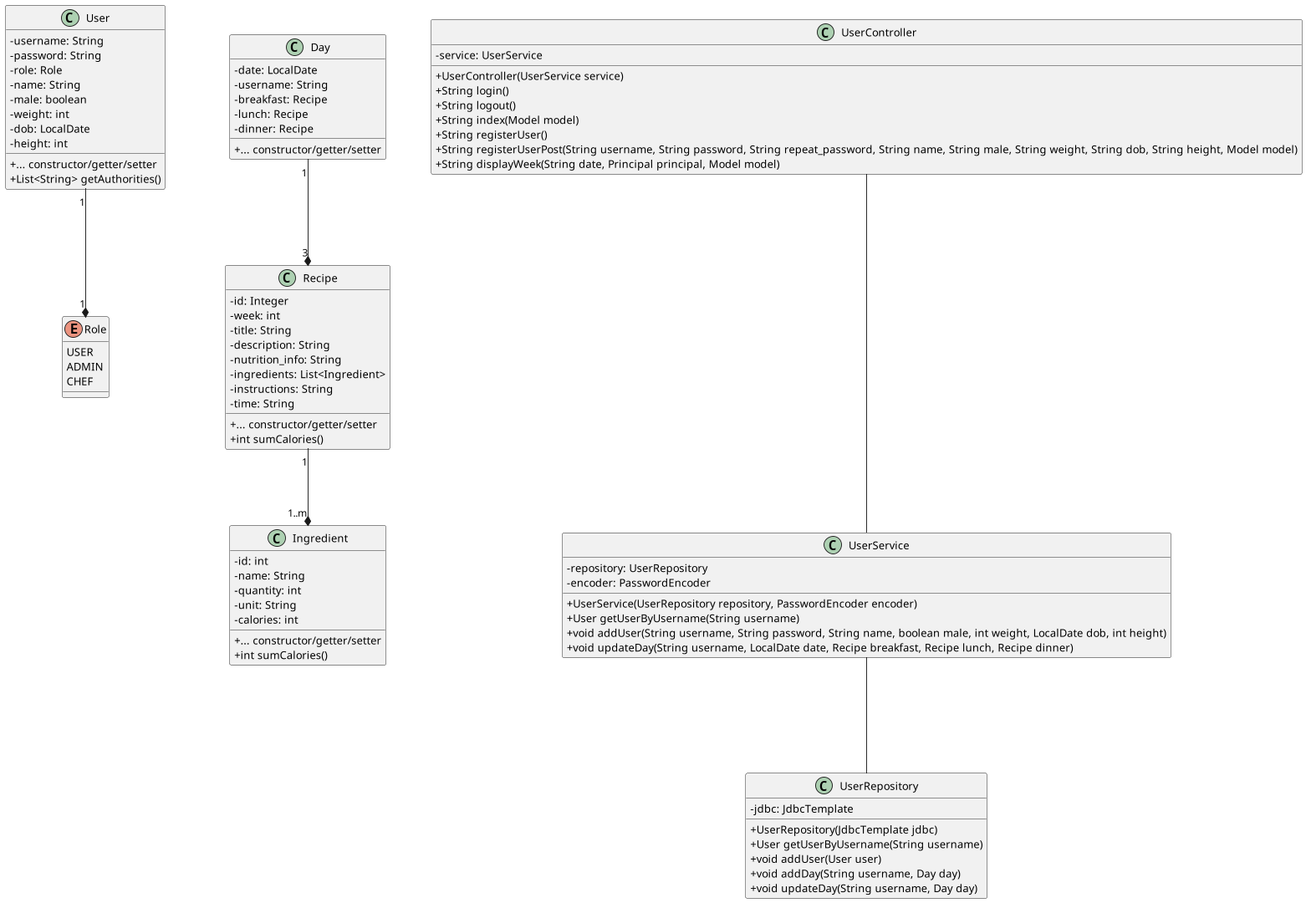
Before: diagram/class-diagram.png, a diagram exported from PlantUML (sofush/kostplan).
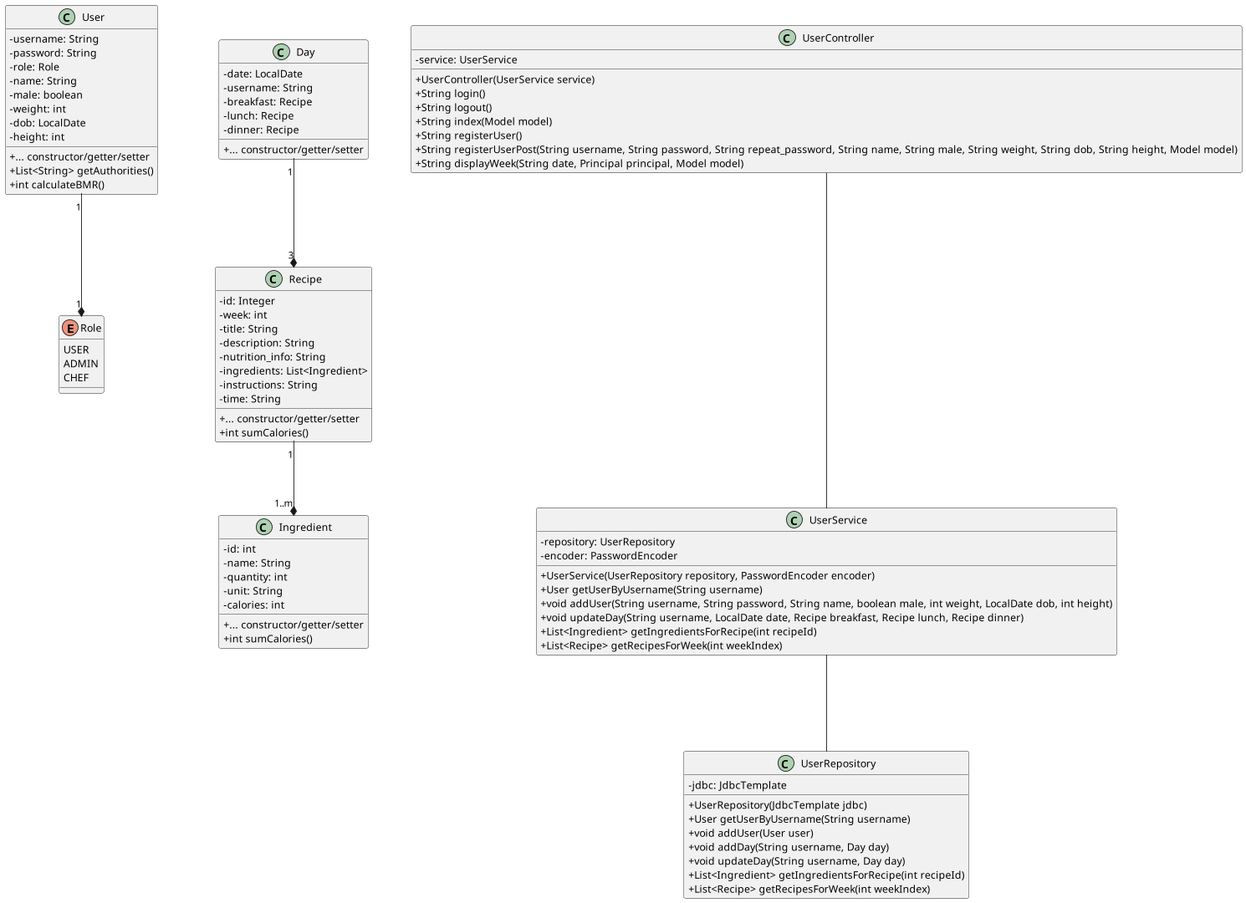
The same diagram one commit later.

Commit message:
docs: update class diagram

Change to the diagram source:
```diff
@@ -17,6 +17,7 @@
 	- height: int
 	{method} + ... constructor/getter/setter
 	+ List<String> getAuthorities()
+	+ int calculateBMR()
 }
 class Day {
 	- date: LocalDate
@@ -64,6 +65,8 @@
 	+ User getUserByUsername(String username)
 	+ void addUser(String username, String password, String name, boolean male, int weight, LocalDate dob, int height)
 	+ void updateDay(String username, LocalDate date, Recipe breakfast, Recipe lunch, Recipe dinner)
+	+ List<Ingredient> getIngredientsForRecipe(int recipeId)
+	+ List<Recipe> getRecipesForWeek(int weekIndex)
 }
 class UserRepository {
 	- jdbc: JdbcTemplate
@@ -72,6 +75,8 @@
 	+ void addUser(User user)
 	+ void addDay(String username, Day day)
 	+ void updateDay(String username, Day day)
+	+ List<Ingredient> getIngredientsForRecipe(int recipeId)
+	+ List<Recipe> getRecipesForWeek(int weekIndex)
 }
 
 UserController --- UserService
```
